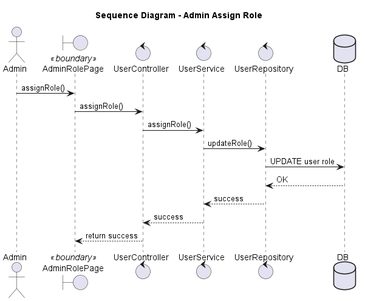
Faythpromax/E-Learning keeps this PlantUML diagram as out/sequence/Assign Role/assign_role.png. Above is the earlier version.
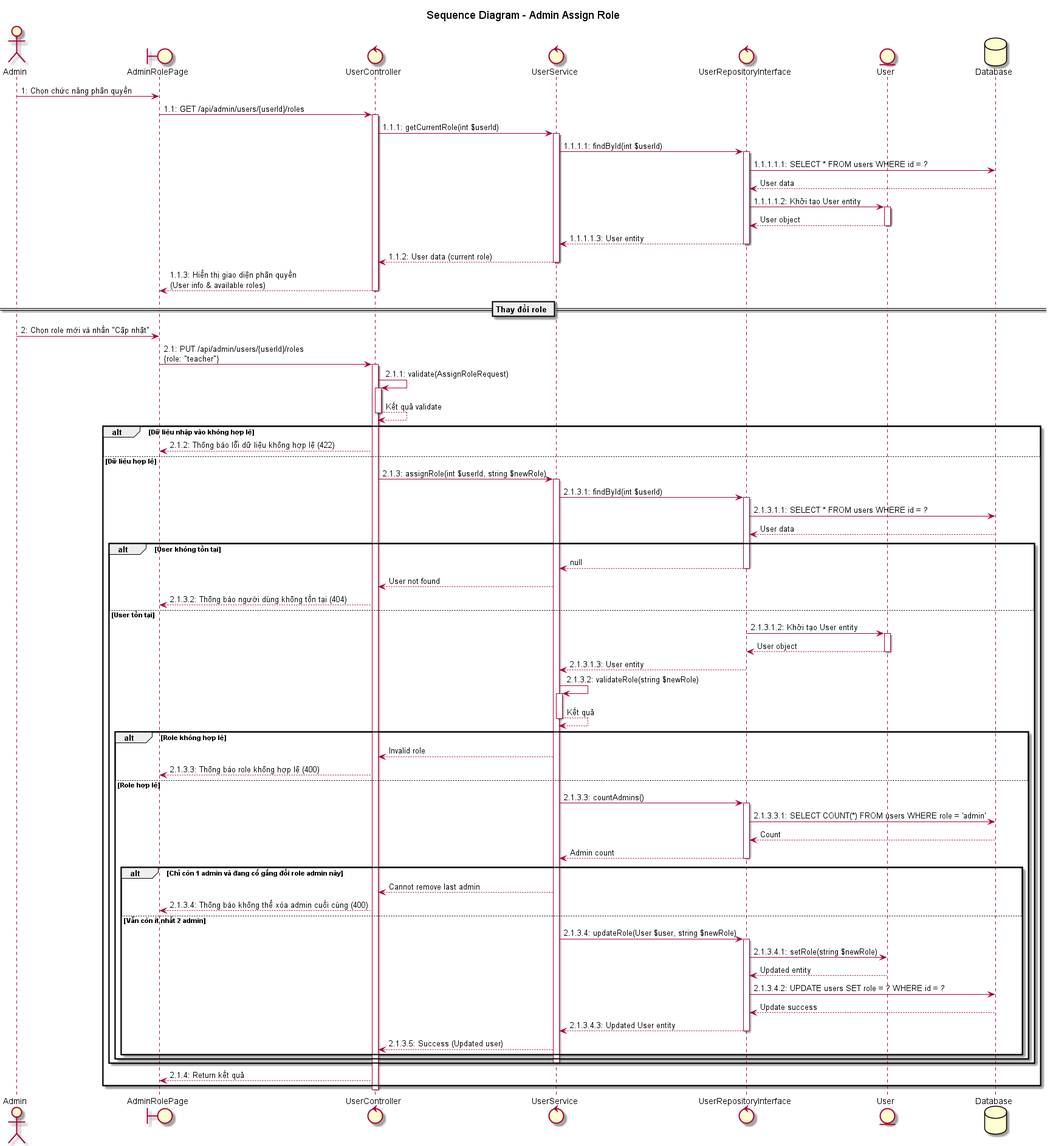
After the commit.

Diff of the diagram source:
```diff
@@ -2,20 +2,110 @@
 title Sequence Diagram - Admin Assign Role
 
 actor Admin
-boundary "AdminRolePage" as UI <<boundary>>
-control UserController
-control UserService
-control UserRepository
-database DB
+boundary "AdminRolePage" as UI
+control "UserController" as controller
+control "UserService" as service
+control "UserRepositoryInterface" as repository
+entity "User" as user
+database "Database" as db
 
-Admin -> UI: assignRole()
-UI -> UserController: assignRole()
-UserController -> UserService: assignRole()
-UserService -> UserRepository: updateRole()
-UserRepository -> DB: UPDATE user role
-DB --> UserRepository: OK
-UserRepository --> UserService: success
-UserService --> UserController: success
-UserController --> UI: return success
+Admin -> UI: 1: Chọn chức năng phân quyền
+UI -> controller: 1.1: GET /api/admin/users/{userId}/roles
+activate controller
+
+controller -> service: 1.1.1: getCurrentRole(int $userId)
+activate service
+
+service -> repository: 1.1.1.1: findById(int $userId)
+activate repository
+
+repository -> db: 1.1.1.1.1: SELECT * FROM users WHERE id = ?
+db --> repository: User data
+repository -> user: 1.1.1.1.2: Khởi tạo User entity
+activate user
+user --> repository: User object
+deactivate user
+repository --> service: 1.1.1.1.3: User entity
+deactivate repository
+
+service --> controller: 1.1.2: User data (current role)
+deactivate service
+
+controller --> UI: 1.1.3: Hiển thị giao diện phân quyền\n(User info & available roles)
+deactivate controller
+
+== Thay đổi role ==
+
+Admin -> UI: 2: Chọn role mới và nhấn "Cập nhật"
+UI -> controller: 2.1: PUT /api/admin/users/{userId}/roles\n{role: "teacher"}
+activate controller
+
+controller -> controller++: 2.1.1: validate(AssignRoleRequest)
+controller --> controller--: Kết quả validate
+
+alt Dữ liệu nhập vào không hợp lệ
+    controller --> UI: 2.1.2: Thông báo lỗi dữ liệu không hợp lệ (422)
+else Dữ liệu hợp lệ
+    controller -> service: 2.1.3: assignRole(int $userId, string $newRole)
+    activate service
+
+    service -> repository: 2.1.3.1: findById(int $userId)
+    activate repository
+
+    repository -> db: 2.1.3.1.1: SELECT * FROM users WHERE id = ?
+    db --> repository: User data
+
+    alt User không tồn tại
+        repository --> service: null
+        deactivate repository
+        service --> controller: User not found
+        controller --> UI: 2.1.3.2: Thông báo người dùng không tồn tại (404)
+    else User tồn tại
+        repository -> user: 2.1.3.1.2: Khởi tạo User entity
+        activate user
+        user --> repository: User object
+        deactivate user
+        repository --> service: 2.1.3.1.3: User entity
+        deactivate repository
+
+        service -> service++: 2.1.3.2: validateRole(string $newRole)
+        service --> service--: Kết quả
+
+        alt Role không hợp lệ
+            service --> controller: Invalid role
+            controller --> UI: 2.1.3.3: Thông báo role không hợp lệ (400)
+        else Role hợp lệ
+            service -> repository: 2.1.3.3: countAdmins()
+            activate repository
+            repository -> db: 2.1.3.3.1: SELECT COUNT(*) FROM users WHERE role = 'admin'
+            db --> repository: Count
+            repository --> service: Admin count
+            deactivate repository
+
+            alt Chỉ còn 1 admin và đang cố gắng đổi role admin này
+                service --> controller: Cannot remove last admin
+                controller --> UI: 2.1.3.4: Thông báo không thể xóa admin cuối cùng (400)
+            else Vẫn còn ít nhất 2 admin
+                service -> repository: 2.1.3.4: updateRole(User $user, string $newRole)
+                activate repository
+
+                repository -> user: 2.1.3.4.1: setRole(string $newRole)
+                user --> repository: Updated entity
+
+                repository -> db: 2.1.3.4.2: UPDATE users SET role = ? WHERE id = ?
+                db --> repository: Update success
+
+                repository --> service: 2.1.3.4.3: Updated User entity
+                deactivate repository
+
+                service --> controller: 2.1.3.5: Success (Updated user)
+            end
+        end
+        deactivate service
+    end
+
+    controller --> UI: 2.1.4: Return kết quả
+end
+deactivate controller
 
 @enduml
```
